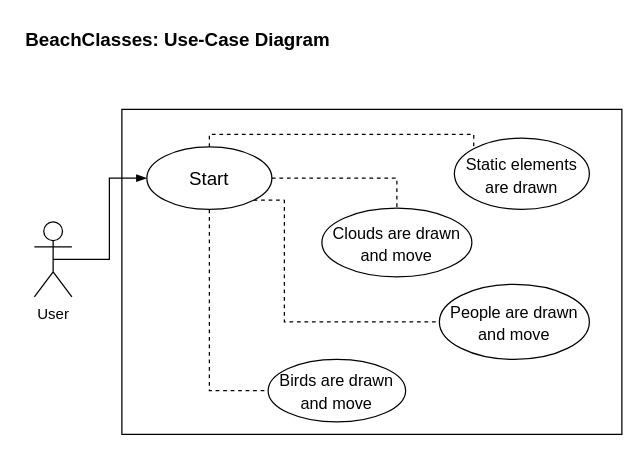
Before: page "BeachClasses: Use-Case-Diagram" (1 of 7) of A09.2_BeachClasses/BeachClasses.drawio in alinamarx/EIA2-SoSe2022, a draw.io diagram. Source tidied: cells renumbered, new cells numbered last; positions are measured from the earlier drawing's top-left corner, leaving out a move shared by most shapes. Both pictures are drawn from the tidied source at 125%, with x=0, y=0 at pixel (21, 21).
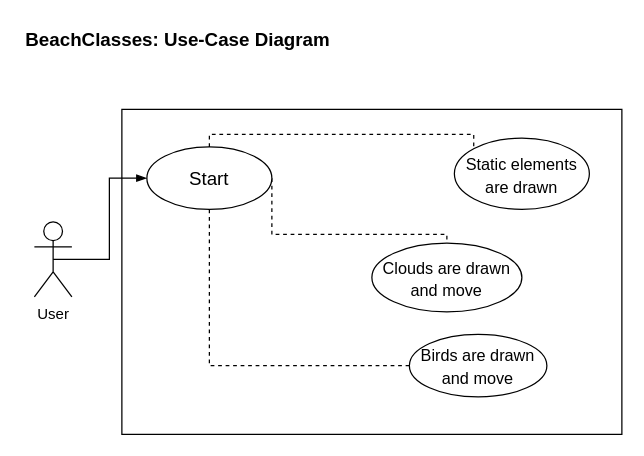
After the change.

Change to the diagram source:
```diff
@@
 <mxGraphModel>
   <root>
     <mxCell id="0" />
     <mxCell id="1" parent="0" />
     <mxCell id="2" style="rounded=0;whiteSpace=wrap;html=1;" parent="1" vertex="1">
       <mxGeometry x="80" y="70" width="400" height="260" as="geometry" />
     </mxCell>
     <mxCell id="3" value="BeachClasses: Use-Case Diagram" style="text;align=center;fontStyle=1;verticalAlign=middle;spacingLeft=3;spacingRight=3;strokeColor=none;fontSize=15;" parent="1" vertex="1">
       <mxGeometry width="250" height="26" as="geometry" />
     </mxCell>
     <mxCell id="4" style="edgeStyle=orthogonalEdgeStyle;rounded=0;jettySize=auto;html=1;exitX=0.5;exitY=1;exitDx=0;exitDy=0;entryX=0;entryY=0.5;entryDx=0;entryDy=0;fontSize=13;endArrow=none;endFill=0;dashed=1;" parent="1" edge="1" source="8" target="11">
       <mxGeometry relative="1" as="geometry" />
     </mxCell>
-    <mxCell id="5" style="edgeStyle=orthogonalEdgeStyle;rounded=0;jettySize=auto;html=1;exitX=1;exitY=1;exitDx=0;exitDy=0;entryX=0;entryY=0.5;entryDx=0;entryDy=0;fontSize=13;endArrow=none;endFill=0;dashed=1;" parent="1" edge="1" source="8" target="12">
-      <mxGeometry relative="1" as="geometry">
-        <Array as="points">
-          <mxPoint x="210" y="143" />
-          <mxPoint x="210" y="240" />
-        </Array>
-      </mxGeometry>
-    </mxCell>
     <mxCell id="6" style="edgeStyle=orthogonalEdgeStyle;rounded=0;jettySize=auto;html=1;exitX=1;exitY=0.5;exitDx=0;exitDy=0;entryX=0.5;entryY=0;entryDx=0;entryDy=0;fontSize=13;endArrow=none;endFill=0;dashed=1;" parent="1" edge="1" source="8" target="9">
-      <mxGeometry relative="1" as="geometry" />
+      <mxGeometry relative="1" as="geometry">
+        <Array as="points">
+          <mxPoint x="200" y="170" />
+          <mxPoint x="340" y="170" />
+        </Array>
+      </mxGeometry>
     </mxCell>
     <mxCell id="7" style="edgeStyle=orthogonalEdgeStyle;rounded=0;jettySize=auto;html=1;exitX=0.5;exitY=0;exitDx=0;exitDy=0;entryX=0;entryY=0;entryDx=0;entryDy=0;fontSize=13;endArrow=none;endFill=0;dashed=1;" parent="1" edge="1" source="8" target="10">
       <mxGeometry relative="1" as="geometry">
         <Array as="points">
           <mxPoint x="150" y="90" />
           <mxPoint x="362" y="90" />
         </Array>
       </mxGeometry>
     </mxCell>
     <mxCell id="8" value="Start" style="ellipse;whiteSpace=wrap;html=1;fontSize=15;" parent="1" vertex="1">
       <mxGeometry x="100" y="100" width="100" height="50" as="geometry" />
     </mxCell>
     <mxCell id="9" value="&lt;font style=&quot;font-size: 13px;&quot;&gt;Clouds are drawn&lt;br&gt;and move&lt;/font&gt;" style="ellipse;whiteSpace=wrap;html=1;fontSize=15;" parent="1" vertex="1">
-      <mxGeometry x="240" y="149" width="120" height="55" as="geometry" />
+      <mxGeometry x="280" y="177" width="120" height="55" as="geometry" />
     </mxCell>
     <mxCell id="10" value="&lt;font style=&quot;font-size: 13px;&quot;&gt;Static elements &lt;br&gt;are drawn&lt;/font&gt;" style="ellipse;whiteSpace=wrap;html=1;fontSize=15;" parent="1" vertex="1">
       <mxGeometry x="346" y="93" width="108" height="57" as="geometry" />
     </mxCell>
     <mxCell id="11" value="&lt;font style=&quot;font-size: 13px;&quot;&gt;Birds are drawn &lt;br style=&quot;&quot;&gt;and move&lt;/font&gt;" style="ellipse;whiteSpace=wrap;html=1;fontSize=15;" parent="1" vertex="1">
-      <mxGeometry x="197" y="270" width="110" height="50" as="geometry" />
+      <mxGeometry x="310" y="250" width="110" height="50" as="geometry" />
     </mxCell>
-    <mxCell id="12" value="&lt;font style=&quot;font-size: 13px;&quot;&gt;People are drawn and move&lt;/font&gt;" style="ellipse;whiteSpace=wrap;html=1;fontSize=15;" parent="1" vertex="1">
-      <mxGeometry x="334" y="210" width="120" height="60" as="geometry" />
-    </mxCell>
     <mxCell id="13" style="edgeStyle=orthogonalEdgeStyle;rounded=0;jettySize=auto;html=1;exitX=0.5;exitY=0.5;exitDx=0;exitDy=0;exitPerimeter=0;entryX=0;entryY=0.5;entryDx=0;entryDy=0;fontSize=13;endArrow=blockThin;endFill=1;" parent="1" edge="1" source="14" target="8">
       <mxGeometry relative="1" as="geometry" />
     </mxCell>
     <mxCell id="14" value="User" style="shape=umlActor;verticalLabelPosition=bottom;verticalAlign=top;html=1;outlineConnect=0;" parent="1" vertex="1">
       <mxGeometry x="10" y="160" width="30" height="60" as="geometry" />
     </mxCell>
   </root>
 </mxGraphModel>
```
